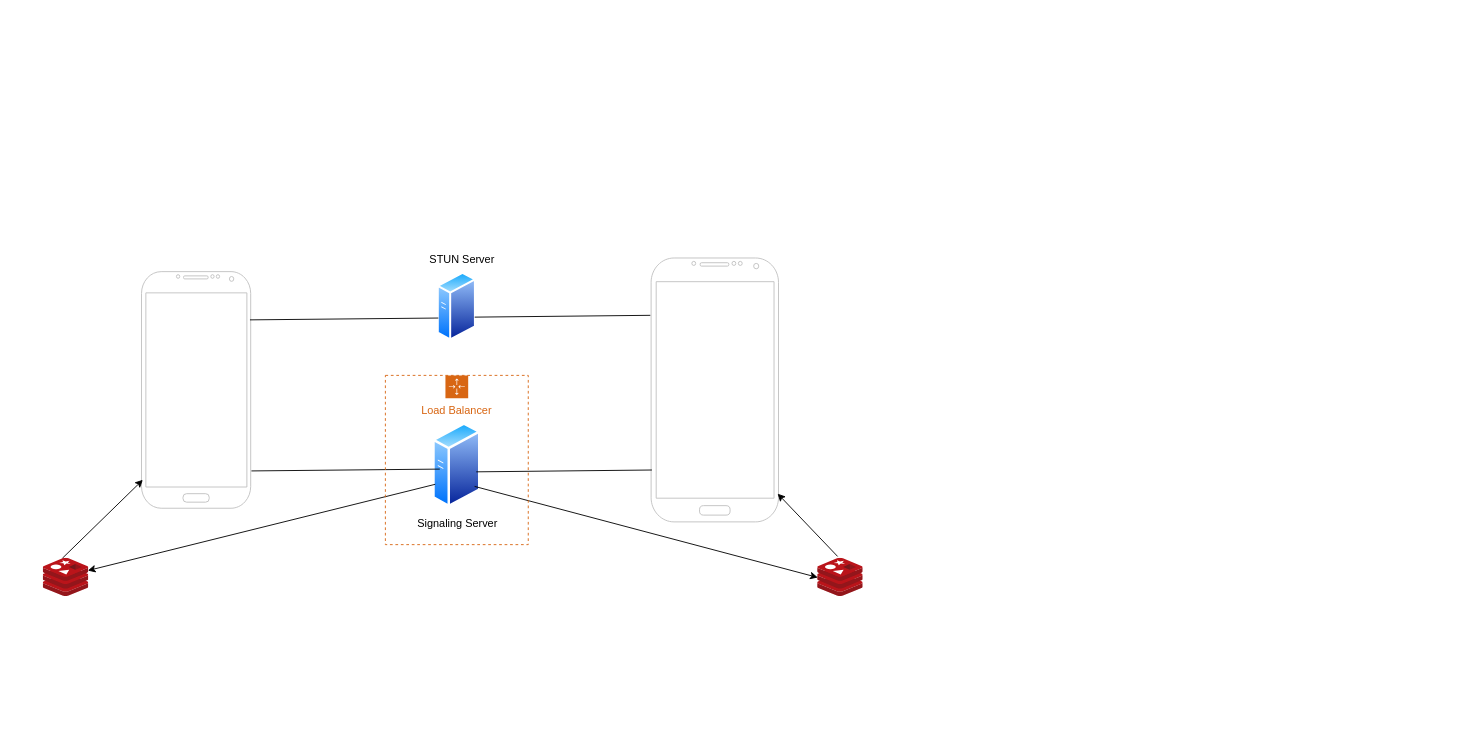
Above: Untitled Diagram.drawio in kmsanjar47/software-diagrams (draw.io), before the change. Source tidied: cells renumbered, new cells numbered last; positions are measured from the earlier drawing's top-left corner, leaving out a move shared by most shapes. Both pictures are drawn from the tidied source at 91%, with x=0, y=0 at pixel (43, 248).
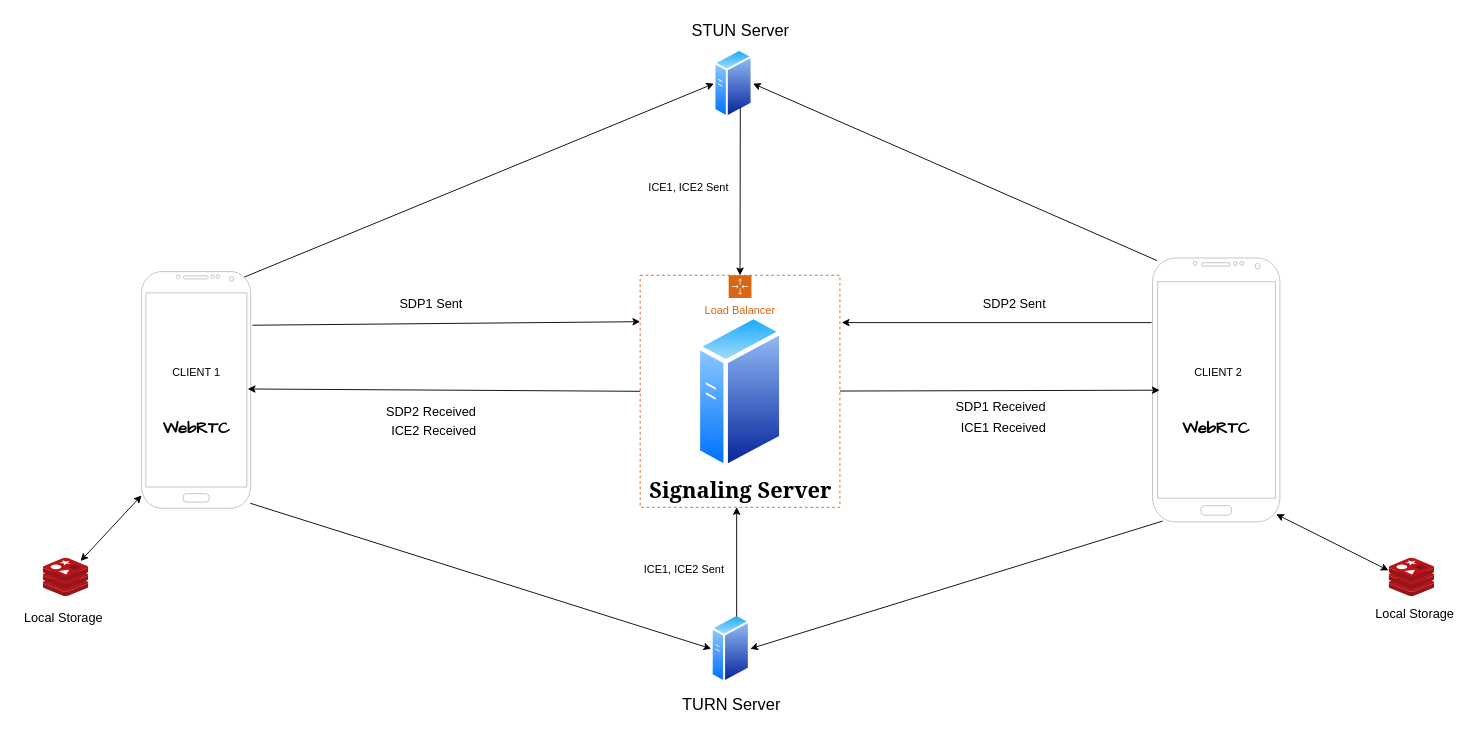
The same diagram, later.

The change refers to these unchanged cells:
```xml
<mxCell id="2" style="verticalLabelPosition=bottom;verticalAlign=top;html=1;shadow=0;dashed=0;strokeWidth=1;shape=mxgraph.android.phone2;strokeColor=#c0c0c0;" parent="1" vertex="1">
  <mxGeometry x="108" y="26" width="120" height="260" as="geometry" />
</mxCell>
```

The edit, as a diff of the source:
```diff
@@
     <mxCell id="3" style="verticalLabelPosition=bottom;verticalAlign=top;html=1;shadow=0;dashed=0;strokeWidth=1;shape=mxgraph.android.phone2;strokeColor=#c0c0c0;" parent="1" vertex="1">
-      <mxGeometry x="668" y="11" width="140" height="290" as="geometry" />
+      <mxGeometry x="1219" y="11" width="140" height="290" as="geometry" />
     </mxCell>
-    <mxCell id="4" style="image;perimeter=ellipsePerimeter;html=1;align=center;shadow=0;dashed=0;spacingTop=3;image=img/lib/active_directory/generic_server.svg;" parent="1" vertex="1">
-      <mxGeometry x="428" y="191.4" width="53" height="94.6" as="geometry" />
-    </mxCell>
     <mxCell id="5" style="image;perimeter=ellipsePerimeter;html=1;align=center;shadow=0;dashed=0;spacingTop=3;image=img/lib/active_directory/generic_server.svg;" parent="1" vertex="1">
-      <mxGeometry x="433" y="26" width="43" height="76.8" as="geometry" />
+      <mxGeometry x="737" y="-219" width="43" height="76.8" as="geometry" />
     </mxCell>
-    <mxCell id="6" style="shape=link;html=1;rounded=0;width=166;" parent="1" edge="1">
-      <mxGeometry relative="1" as="geometry">
-        <mxPoint x="228" y="162" as="sourcePoint" />
-        <mxPoint x="435" y="160" as="targetPoint" />
-      </mxGeometry>
-    </mxCell>
-    <mxCell id="7" style="shape=link;html=1;rounded=0;width=170;" parent="1" edge="1">
-      <mxGeometry relative="1" as="geometry">
-        <mxPoint x="475" y="161" as="sourcePoint" />
-        <mxPoint x="668" y="159" as="targetPoint" />
-      </mxGeometry>
-    </mxCell>
-    <mxCell id="8" style="endArrow=classic;html=1;rounded=0;entryX=1;entryY=0.5;entryDx=0;entryDy=0;exitX=0;exitY=0.75;exitDx=0;exitDy=0;" parent="1" edge="1" source="4">
-      <mxGeometry relative="1" as="geometry">
-        <mxPoint x="49" y="354.5" as="targetPoint" />
-      </mxGeometry>
-    </mxCell>
-    <mxCell id="9" style="endArrow=classic;html=1;rounded=0;entryX=0.012;entryY=0.88;entryDx=0;entryDy=0;entryPerimeter=0;" parent="1" edge="1" target="2">
-      <mxGeometry relative="1" as="geometry">
-        <mxPoint x="21" y="341" as="sourcePoint" />
-      </mxGeometry>
-    </mxCell>
-    <mxCell id="10" style="endArrow=classic;html=1;rounded=0;entryX=0;entryY=0.75;entryDx=0;entryDy=0;" parent="1" edge="1">
-      <mxGeometry relative="1" as="geometry">
-        <mxPoint x="474" y="262" as="sourcePoint" />
-        <mxPoint x="851.2" y="362.1" as="targetPoint" />
-      </mxGeometry>
-    </mxCell>
-    <mxCell id="11" style="endArrow=classic;html=1;rounded=0;entryX=0.993;entryY=0.893;entryDx=0;entryDy=0;entryPerimeter=0;" parent="1" edge="1" target="3">
-      <mxGeometry relative="1" as="geometry">
-        <mxPoint x="873" y="339" as="sourcePoint" />
-      </mxGeometry>
-    </mxCell>
     <mxCell id="12" value="Load Balancer" style="points=[[0,0],[0.25,0],[0.5,0],[0.75,0],[1,0],[1,0.25],[1,0.5],[1,0.75],[1,1],[0.75,1],[0.5,1],[0.25,1],[0,1],[0,0.75],[0,0.5],[0,0.25]];outlineConnect=0;gradientColor=none;html=1;whiteSpace=wrap;fontSize=12;fontStyle=0;shape=mxgraph.aws4.groupCenter;grIcon=mxgraph.aws4.group_auto_scaling_group;grStroke=1;strokeColor=#D86613;fillColor=none;verticalAlign=top;align=center;fontColor=#D86613;dashed=1;spacingTop=25;" parent="1" vertex="1">
-      <mxGeometry x="376" y="140" width="157" height="186" as="geometry" />
+      <mxGeometry x="656" y="30" width="219.5" height="255" as="geometry" />
     </mxCell>
-    <mxCell id="13" value="Signaling Server" style="text;html=1;align=center;verticalAlign=middle;points=[];strokeColor=none;fillColor=none;" parent="12" vertex="1">
-      <mxGeometry x="25.5" y="150" width="106" height="26" as="geometry" />
+    <mxCell id="13" value="&lt;font face=&quot;Georgia&quot; style=&quot;font-size: 24px;&quot;&gt;&lt;b style=&quot;&quot;&gt;Signaling Server&lt;/b&gt;&lt;/font&gt;" style="text;html=1;align=center;verticalAlign=middle;points=[];strokeColor=none;fillColor=none;" parent="12" vertex="1">
+      <mxGeometry x="-1.2" y="215" width="222" height="41" as="geometry" />
     </mxCell>
+    <mxCell id="4" style="image;perimeter=ellipsePerimeter;html=1;align=center;shadow=0;dashed=0;spacingTop=3;image=img/lib/active_directory/generic_server.svg;" parent="12" vertex="1">
+      <mxGeometry x="61.4" y="42.4" width="96.7" height="172.6" as="geometry" />
+    </mxCell>
@@
     <mxCell id="15" style="image;sketch=0;html=1;points=[];align=center;fontSize=12;image=img/lib/mscae/Cache_Redis_Product.svg;" parent="1" vertex="1">
-      <mxGeometry x="851" y="341" width="50" height="42" as="geometry" />
+      <mxGeometry x="1479" y="341" width="50" height="42" as="geometry" />
     </mxCell>
+    <mxCell id="17" style="image;perimeter=ellipsePerimeter;html=1;align=center;shadow=0;dashed=0;spacingTop=3;image=img/lib/active_directory/generic_server.svg;" parent="1" vertex="1">
+      <mxGeometry x="734" y="402" width="43" height="76.8" as="geometry" />
+    </mxCell>
-    <mxCell id="16" value="STUN Server" style="text;html=1;align=center;verticalAlign=middle;strokeColor=none;fillColor=none;" parent="1" vertex="1">
-      <mxGeometry x="415" width="89" height="26" as="geometry" />
+    <mxCell id="16" value="&lt;font style=&quot;font-size: 18px;&quot;&gt;STUN Server&lt;/font&gt;" style="text;html=1;align=center;verticalAlign=middle;strokeColor=none;fillColor=none;" parent="1" vertex="1">
+      <mxGeometry x="703.2" y="-255" width="125" height="34" as="geometry" />
     </mxCell>
+    <mxCell id="18" value="&lt;font style=&quot;font-size: 18px;&quot;&gt;TURN Server&lt;/font&gt;" style="text;html=1;align=center;verticalAlign=middle;strokeColor=none;fillColor=none;" parent="1" vertex="1">
+      <mxGeometry x="692.5" y="485" width="126" height="34" as="geometry" />
+    </mxCell>
+    <mxCell id="19" style="endArrow=classic;html=1;rounded=0;entryX=0;entryY=0.5;entryDx=0;entryDy=0;" parent="1" edge="1" target="5">
+      <mxGeometry relative="1" as="geometry">
+        <mxPoint x="221" y="32" as="sourcePoint" />
+      </mxGeometry>
+    </mxCell>
+    <mxCell id="20" style="endArrow=classic;html=1;rounded=0;entryX=0;entryY=0.5;entryDx=0;entryDy=0;exitX=0.996;exitY=0.979;exitDx=0;exitDy=0;exitPerimeter=0;" parent="1" edge="1" source="2" target="17">
+      <mxGeometry relative="1" as="geometry" />
+    </mxCell>
+    <mxCell id="21" style="endArrow=classic;html=1;rounded=0;entryX=0.056;entryY=0.501;entryDx=0;entryDy=0;entryPerimeter=0;" parent="1" edge="1" source="12" target="3">
+      <mxGeometry relative="1" as="geometry" />
+    </mxCell>
+    <mxCell id="22" style="edgeStyle=none;jettySize=auto;html=1;rounded=0;entryX=0.973;entryY=0.496;entryDx=0;entryDy=0;entryPerimeter=0;exitX=0;exitY=0.5;exitDx=0;exitDy=0;" parent="1" edge="1" source="12" target="2">
+      <mxGeometry relative="1" as="geometry" />
+    </mxCell>
+    <mxCell id="23" style="endArrow=classic;startArrow=classic;html=1;rounded=0;entryX=0;entryY=0.946;entryDx=0;entryDy=0;entryPerimeter=0;" parent="1" edge="1" target="2">
+      <mxGeometry relative="1" as="geometry">
+        <mxPoint x="41" y="344" as="sourcePoint" />
+      </mxGeometry>
+    </mxCell>
+    <mxCell id="24" style="endArrow=classic;startArrow=classic;html=1;rounded=0;entryX=0.971;entryY=0.971;entryDx=0;entryDy=0;entryPerimeter=0;exitX=-0.013;exitY=0.317;exitDx=0;exitDy=0;exitPerimeter=0;" parent="1" edge="1" source="15" target="3">
+      <mxGeometry relative="1" as="geometry" />
+    </mxCell>
+    <mxCell id="25" style="endArrow=classic;html=1;rounded=0;entryX=0.5;entryY=0;entryDx=0;entryDy=0;" parent="1" edge="1" target="12">
+      <mxGeometry relative="1" as="geometry">
+        <mxPoint x="766" y="-155" as="sourcePoint" />
+      </mxGeometry>
+    </mxCell>
+    <mxCell id="26" style="endArrow=classic;html=1;rounded=0;entryX=0.483;entryY=0.971;entryDx=0;entryDy=0;entryPerimeter=0;" parent="1" edge="1" target="13">
+      <mxGeometry relative="1" as="geometry">
+        <mxPoint x="762" y="405" as="sourcePoint" />
+      </mxGeometry>
+    </mxCell>
+    <mxCell id="27" style="endArrow=classic;html=1;rounded=0;entryX=1;entryY=0.5;entryDx=0;entryDy=0;exitX=0.036;exitY=0.01;exitDx=0;exitDy=0;exitPerimeter=0;" parent="1" edge="1" source="3" target="5">
+      <mxGeometry relative="1" as="geometry" />
+    </mxCell>
+    <mxCell id="28" style="endArrow=classic;html=1;rounded=0;entryX=1;entryY=0.5;entryDx=0;entryDy=0;exitX=0.079;exitY=0.997;exitDx=0;exitDy=0;exitPerimeter=0;" parent="1" edge="1" source="3" target="17">
+      <mxGeometry relative="1" as="geometry" />
+    </mxCell>
+    <mxCell id="29" value="CLIENT 1" style="text;html=1;align=center;verticalAlign=middle;strokeColor=none;fillColor=none;" parent="1" vertex="1">
+      <mxGeometry x="133" y="124" width="70" height="26" as="geometry" />
+    </mxCell>
+    <mxCell id="30" value="&lt;font style=&quot;font-size: 18px;&quot; face=&quot;Comic Sans MS&quot;&gt;&lt;b style=&quot;&quot;&gt;WebRTC&lt;/b&gt;&lt;/font&gt;" style="text;html=1;align=center;verticalAlign=middle;strokeColor=none;fillColor=none;" parent="1" vertex="1">
+      <mxGeometry x="121.5" y="181" width="93" height="34" as="geometry" />
+    </mxCell>
+    <mxCell id="31" value="CLIENT 2" style="text;html=1;align=center;verticalAlign=middle;strokeColor=none;fillColor=none;" parent="1" vertex="1">
+      <mxGeometry x="1256" y="124" width="70" height="26" as="geometry" />
+    </mxCell>
+    <mxCell id="32" value="&lt;font style=&quot;font-size: 18px;&quot; face=&quot;Comic Sans MS&quot;&gt;&lt;b&gt;WebRTC&lt;/b&gt;&lt;/font&gt;" style="text;html=1;strokeColor=none;fillColor=none;align=center;verticalAlign=middle;whiteSpace=wrap;rounded=0;" parent="1" vertex="1">
+      <mxGeometry x="1259" y="183" width="60" height="30" as="geometry" />
+    </mxCell>
+    <mxCell id="33" value="&lt;font style=&quot;font-size: 14px;&quot;&gt;Local Storage&lt;/font&gt;" style="text;html=1;align=center;verticalAlign=middle;strokeColor=none;fillColor=none;" parent="1" vertex="1">
+      <mxGeometry x="-30" y="392" width="104" height="29" as="geometry" />
+    </mxCell>
+    <mxCell id="34" value="&lt;font style=&quot;font-size: 14px;&quot;&gt;Local Storage&lt;/font&gt;" style="text;html=1;align=center;verticalAlign=middle;strokeColor=none;fillColor=none;" parent="1" vertex="1">
+      <mxGeometry x="1455" y="387" width="104" height="29" as="geometry" />
+    </mxCell>
+    <mxCell id="35" style="endArrow=classic;html=1;rounded=0;exitX=1.017;exitY=0.2;exitDx=0;exitDy=0;exitPerimeter=0;entryX=0;entryY=0.173;entryDx=0;entryDy=0;entryPerimeter=0;" parent="1" edge="1">
+      <mxGeometry relative="1" as="geometry">
+        <mxPoint x="230" y="84.9" as="sourcePoint" />
+        <mxPoint x="656" y="81" as="targetPoint" />
+      </mxGeometry>
+    </mxCell>
+    <mxCell id="36" style="endArrow=classic;html=1;rounded=0;entryX=1.009;entryY=0.204;entryDx=0;entryDy=0;entryPerimeter=0;" parent="1" edge="1" target="12">
+      <mxGeometry relative="1" as="geometry">
+        <mxPoint x="1218" y="82" as="sourcePoint" />
+      </mxGeometry>
+    </mxCell>
+    <mxCell id="37" value="&lt;font style=&quot;font-size: 14px;&quot;&gt;SDP1 Sent&lt;/font&gt;" style="text;html=1;align=center;verticalAlign=middle;strokeColor=none;fillColor=none;" parent="1" vertex="1">
+      <mxGeometry x="382" y="46.4" width="87" height="29" as="geometry" />
+    </mxCell>
+    <mxCell id="38" value="&lt;font style=&quot;font-size: 14px;&quot;&gt;SDP2 Sent&lt;/font&gt;" style="text;html=1;align=center;verticalAlign=middle;strokeColor=none;fillColor=none;" parent="1" vertex="1">
+      <mxGeometry x="1023" y="46.4" width="87" height="29" as="geometry" />
+    </mxCell>
+    <mxCell id="39" value="&lt;font style=&quot;font-size: 14px;&quot;&gt;SDP2 Received&lt;/font&gt;" style="text;html=1;align=center;verticalAlign=middle;strokeColor=none;fillColor=none;" parent="1" vertex="1">
+      <mxGeometry x="367" y="165" width="117" height="29" as="geometry" />
+    </mxCell>
+    <mxCell id="40" value="&lt;font style=&quot;font-size: 14px;&quot;&gt;SDP1 Received&lt;/font&gt;" style="text;html=1;align=center;verticalAlign=middle;strokeColor=none;fillColor=none;" parent="1" vertex="1">
+      <mxGeometry x="993" y="160" width="117" height="29" as="geometry" />
+    </mxCell>
+    <mxCell id="41" value="&lt;font style=&quot;font-size: 14px;&quot;&gt;ICE2 Received&lt;/font&gt;" style="text;html=1;align=center;verticalAlign=middle;strokeColor=none;fillColor=none;" parent="1" vertex="1">
+      <mxGeometry x="373" y="186" width="111" height="29" as="geometry" />
+    </mxCell>
+    <mxCell id="42" value="&lt;font style=&quot;font-size: 14px;&quot;&gt;ICE1 Received&lt;/font&gt;" style="text;html=1;align=center;verticalAlign=middle;strokeColor=none;fillColor=none;" parent="1" vertex="1">
+      <mxGeometry x="999" y="183" width="111" height="29" as="geometry" />
+    </mxCell>
+    <mxCell id="43" value="ICE1, ICE2 Sent" style="text;html=1;align=center;verticalAlign=middle;strokeColor=none;fillColor=none;" parent="1" vertex="1">
+      <mxGeometry x="656" y="-79" width="106" height="26" as="geometry" />
+    </mxCell>
+    <mxCell id="44" value="ICE1, ICE2 Sent" style="text;html=1;align=center;verticalAlign=middle;strokeColor=none;fillColor=none;" parent="1" vertex="1">
+      <mxGeometry x="651" y="341" width="106" height="26" as="geometry" />
+    </mxCell>
```
